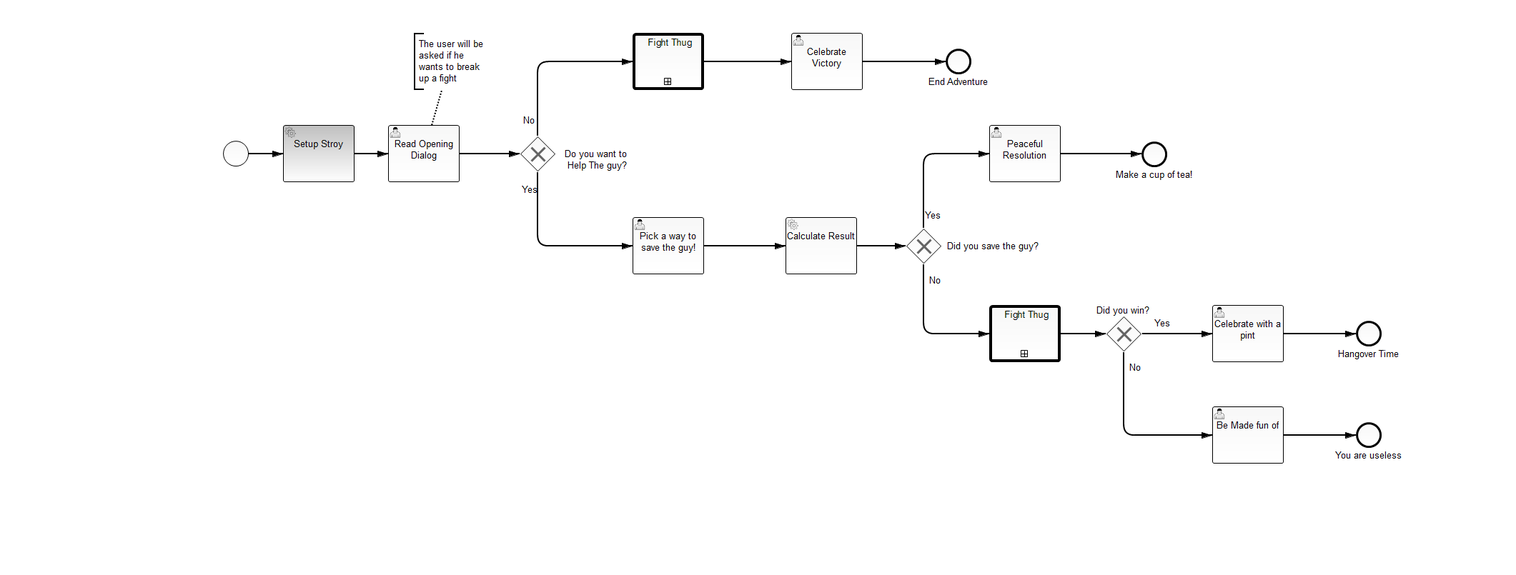
This is src/main/resources/story-adventure.png from NPDeehan/bpmn-quest, a BPMN export, as it was before one commit. Its source is kept beside it as src/main/resources/story-adventure.bpmn. Ids are renumbered.
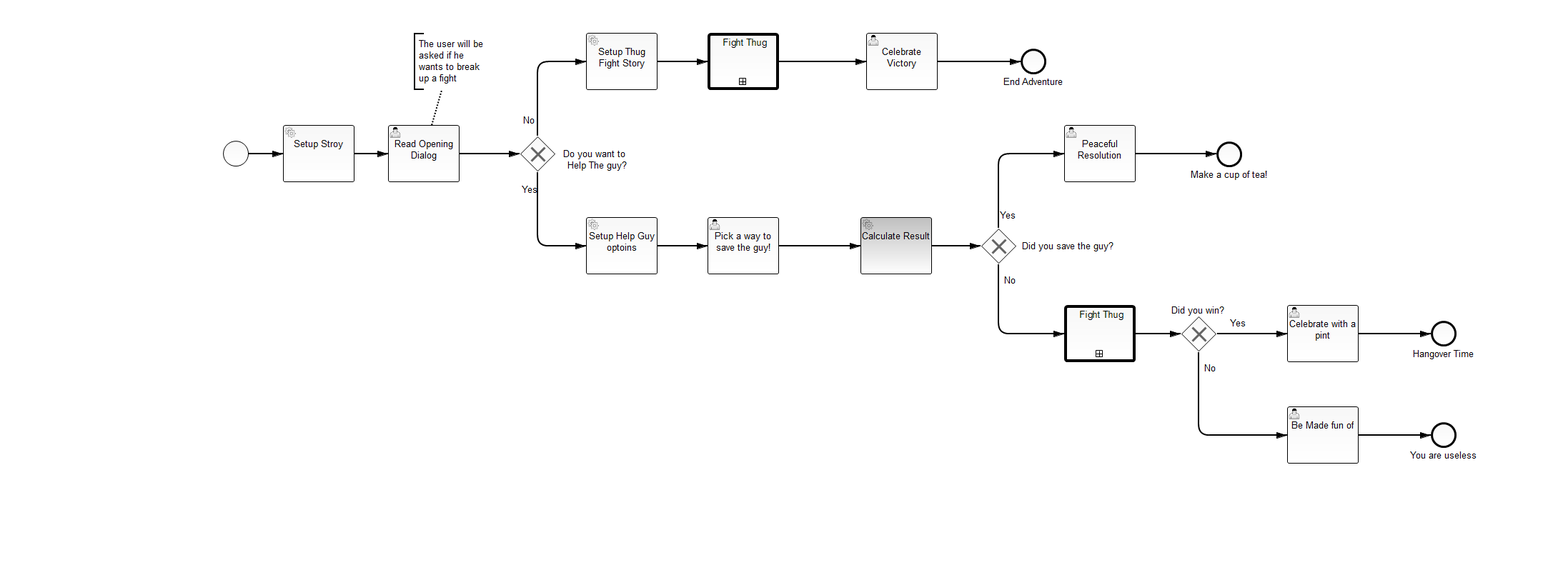
After the change.

Change to the diagram source:
```diff
@@ -7,20 +7,20 @@
       <bpmn2:incoming>SequenceFlow_2</bpmn2:incoming>
       <bpmn2:outgoing>SequenceFlow_n2</bpmn2:outgoing>
     </bpmn2:userTask>
-    <bpmn2:exclusiveGateway id="ExclusiveGateway_n3" name="Do you want to&#xD;&#xA; Help The guy?">
+    <bpmn2:exclusiveGateway id="ExclusiveGateway_n3" name="Do you want to &#xA; Help The guy?">
       <bpmn2:incoming>SequenceFlow_n2</bpmn2:incoming>
       <bpmn2:outgoing>SequenceFlow_n4</bpmn2:outgoing>
       <bpmn2:outgoing>SequenceFlow_n5</bpmn2:outgoing>
     </bpmn2:exclusiveGateway>
     <bpmn2:sequenceFlow id="SequenceFlow_n2" sourceRef="UserTask_n1" targetRef="ExclusiveGateway_n3"/>
-    <bpmn2:sequenceFlow id="SequenceFlow_n4" name="No" sourceRef="ExclusiveGateway_n3" targetRef="CallActivity_n6">
-      <bpmn2:conditionExpression xsi:type="bpmn2:tFormalExpression">#{characterChoice=='Keep Moving'}</bpmn2:conditionExpression>
+    <bpmn2:sequenceFlow id="SequenceFlow_n4" name="No" sourceRef="ExclusiveGateway_n3" targetRef="ServiceTask_n34">
+      <bpmn2:conditionExpression xsi:type="bpmn2:tFormalExpression">#{decision=='Keep Moving'}</bpmn2:conditionExpression>
     </bpmn2:sequenceFlow>
-    <bpmn2:sequenceFlow id="SequenceFlow_n5" name="Yes" sourceRef="ExclusiveGateway_n3" targetRef="UserTask_n7">
-      <bpmn2:conditionExpression xsi:type="bpmn2:tFormalExpression">#{characterChoice=='Help'}</bpmn2:conditionExpression>
+    <bpmn2:sequenceFlow id="SequenceFlow_n5" name="Yes" sourceRef="ExclusiveGateway_n3" targetRef="ServiceTask_n35">
+      <bpmn2:conditionExpression xsi:type="bpmn2:tFormalExpression">#{decision=='Help'}</bpmn2:conditionExpression>
     </bpmn2:sequenceFlow>
     <bpmn2:userTask id="UserTask_n7" name="Pick a way to save the guy!">
-      <bpmn2:incoming>SequenceFlow_n5</bpmn2:incoming>
+      <bpmn2:incoming>SequenceFlow_n36</bpmn2:incoming>
       <bpmn2:outgoing>SequenceFlow_n8</bpmn2:outgoing>
     </bpmn2:userTask>
     <bpmn2:sequenceFlow id="SequenceFlow_n8" sourceRef="UserTask_n7" targetRef="ServiceTask_n9"/>
@@ -49,7 +49,7 @@
       <bpmn2:outgoing>SequenceFlow_n17</bpmn2:outgoing>
     </bpmn2:callActivity>
     <bpmn2:callActivity id="CallActivity_n6" name="Fight Thug" calledElement="fight">
-      <bpmn2:incoming>SequenceFlow_n4</bpmn2:incoming>
+      <bpmn2:incoming>SequenceFlow_n37</bpmn2:incoming>
       <bpmn2:outgoing>SequenceFlow_n18</bpmn2:outgoing>
     </bpmn2:callActivity>
     <bpmn2:sequenceFlow id="SequenceFlow_n16" sourceRef="UserTask_n14" targetRef="EndEvent_n19"/>
@@ -102,6 +102,16 @@
       <bpmn2:outgoing>SequenceFlow_2</bpmn2:outgoing>
     </bpmn2:serviceTask>
     <bpmn2:sequenceFlow id="SequenceFlow_2" name="" sourceRef="ServiceTask_1" targetRef="UserTask_n1"/>
+    <bpmn2:sequenceFlow id="SequenceFlow_n37" sourceRef="ServiceTask_n34" targetRef="CallActivity_n6"/>
+    <bpmn2:sequenceFlow id="SequenceFlow_n36" sourceRef="ServiceTask_n35" targetRef="UserTask_n7"/>
+    <bpmn2:serviceTask id="ServiceTask_n34" name="Setup Thug Fight Story">
+      <bpmn2:incoming>SequenceFlow_n4</bpmn2:incoming>
+      <bpmn2:outgoing>SequenceFlow_n37</bpmn2:outgoing>
+    </bpmn2:serviceTask>
+    <bpmn2:serviceTask id="ServiceTask_n35" camunda:class="org.camunda.bpmn.quest.superStoryQuestOne.WaysOfSavingPM" name="Setup Help Guy optoins">
+      <bpmn2:incoming>SequenceFlow_n5</bpmn2:incoming>
+      <bpmn2:outgoing>SequenceFlow_n36</bpmn2:outgoing>
+    </bpmn2:serviceTask>
     <bpmn2:textAnnotation id="TextAnnotation_n32">
       <bpmn2:text>The user will be asked if he wants to break up a fight</bpmn2:text>
     </bpmn2:textAnnotation>
@@ -141,7 +151,7 @@
       <bpmndi:BPMNEdge id="SequenceFlow_n4_di" bpmnElement="SequenceFlow_n4">
         <di:waypoint xsi:type="dc:Point" x="752.0" y="190.0"/>
         <di:waypoint xsi:type="dc:Point" x="752.0" y="86.0"/>
-        <di:waypoint xsi:type="dc:Point" x="885.0" y="86.0"/>
+        <di:waypoint xsi:type="dc:Point" x="820.0" y="86.0"/>
         <bpmndi:BPMNLabel>
           <dc:Bounds height="20.0" width="90.0" x="696.0" y="158.0"/>
         </bpmndi:BPMNLabel>
@@ -149,112 +159,112 @@
       <bpmndi:BPMNEdge id="SequenceFlow_n5_di" bpmnElement="SequenceFlow_n5">
         <di:waypoint xsi:type="dc:Point" x="752.0" y="240.0"/>
         <di:waypoint xsi:type="dc:Point" x="752.0" y="344.0"/>
-        <di:waypoint xsi:type="dc:Point" x="885.0" y="344.0"/>
+        <di:waypoint xsi:type="dc:Point" x="820.0" y="344.0"/>
         <bpmndi:BPMNLabel>
           <dc:Bounds height="20.0" width="90.0" x="696.0" y="255.0"/>
         </bpmndi:BPMNLabel>
       </bpmndi:BPMNEdge>
       <bpmndi:BPMNShape id="UserTask_n7_di" bpmnElement="UserTask_n7">
-        <dc:Bounds height="80.0" width="100.0" x="885.0" y="304.167"/>
+        <dc:Bounds height="80.0" width="100.0" x="990.0" y="304.0"/>
       </bpmndi:BPMNShape>
       <bpmndi:BPMNEdge id="SequenceFlow_n8_di" bpmnElement="SequenceFlow_n8">
-        <di:waypoint xsi:type="dc:Point" x="985.0" y="344.0"/>
-        <di:waypoint xsi:type="dc:Point" x="1099.0" y="344.0"/>
+        <di:waypoint xsi:type="dc:Point" x="1090.0" y="344.0"/>
+        <di:waypoint xsi:type="dc:Point" x="1204.0" y="344.0"/>
         <bpmndi:BPMNLabel>
-          <dc:Bounds height="20.0" width="90.0" x="997.0" y="334.0"/>
+          <dc:Bounds height="20.0" width="90.0" x="1102.0" y="334.0"/>
         </bpmndi:BPMNLabel>
       </bpmndi:BPMNEdge>
       <bpmndi:BPMNShape id="ServiceTask_n9_di" bpmnElement="ServiceTask_n9">
-        <dc:Bounds height="80.0" width="100.0" x="1099.329" y="304.0"/>
+        <dc:Bounds height="80.0" width="100.0" x="1204.0" y="304.0"/>
       </bpmndi:BPMNShape>
       <bpmndi:BPMNShape id="ExclusiveGateway_n11_di" bpmnElement="ExclusiveGateway_n11" isMarkerVisible="true">
-        <dc:Bounds height="50.0" width="50.0" x="1267.329" y="319.0"/>
+        <dc:Bounds height="50.0" width="50.0" x="1372.0" y="319.0"/>
         <bpmndi:BPMNLabel>
-          <dc:Bounds height="20.0" width="90.0" x="1345.329" y="334.0"/>
+          <dc:Bounds height="20.0" width="90.0" x="1450.0" y="334.0"/>
         </bpmndi:BPMNLabel>
       </bpmndi:BPMNShape>
       <bpmndi:BPMNEdge id="SequenceFlow_n10_di" bpmnElement="SequenceFlow_n10">
-        <di:waypoint xsi:type="dc:Point" x="1199.0" y="344.0"/>
-        <di:waypoint xsi:type="dc:Point" x="1267.0" y="344.0"/>
+        <di:waypoint xsi:type="dc:Point" x="1304.0" y="344.0"/>
+        <di:waypoint xsi:type="dc:Point" x="1372.0" y="344.0"/>
         <bpmndi:BPMNLabel>
-          <dc:Bounds height="20.0" width="90.0" x="1188.0" y="334.0"/>
+          <dc:Bounds height="20.0" width="90.0" x="1293.0" y="334.0"/>
         </bpmndi:BPMNLabel>
       </bpmndi:BPMNEdge>
       <bpmndi:BPMNEdge id="SequenceFlow_n12_di" bpmnElement="SequenceFlow_n12">
-        <di:waypoint xsi:type="dc:Point" x="1292.0" y="319.0"/>
-        <di:waypoint xsi:type="dc:Point" x="1292.0" y="215.0"/>
-        <di:waypoint xsi:type="dc:Point" x="1384.0" y="215.0"/>
+        <di:waypoint xsi:type="dc:Point" x="1397.0" y="319.0"/>
+        <di:waypoint xsi:type="dc:Point" x="1397.0" y="215.0"/>
+        <di:waypoint xsi:type="dc:Point" x="1489.0" y="215.0"/>
         <bpmndi:BPMNLabel>
-          <dc:Bounds height="20.0" width="90.0" x="1260.0" y="291.0"/>
+          <dc:Bounds height="20.0" width="90.0" x="1365.0" y="291.0"/>
         </bpmndi:BPMNLabel>
       </bpmndi:BPMNEdge>
       <bpmndi:BPMNEdge id="SequenceFlow_n13_di" bpmnElement="SequenceFlow_n13">
-        <di:waypoint xsi:type="dc:Point" x="1292.0" y="369.0"/>
-        <di:waypoint xsi:type="dc:Point" x="1292.0" y="467.0"/>
-        <di:waypoint xsi:type="dc:Point" x="1384.0" y="467.0"/>
+        <di:waypoint xsi:type="dc:Point" x="1397.0" y="369.0"/>
+        <di:waypoint xsi:type="dc:Point" x="1397.0" y="467.0"/>
+        <di:waypoint xsi:type="dc:Point" x="1489.0" y="467.0"/>
         <bpmndi:BPMNLabel>
-          <dc:Bounds height="20.0" width="90.0" x="1264.0" y="382.0"/>
+          <dc:Bounds height="20.0" width="90.0" x="1369.0" y="382.0"/>
         </bpmndi:BPMNLabel>
       </bpmndi:BPMNEdge>
       <bpmndi:BPMNShape id="UserTask_n14_di" bpmnElement="UserTask_n14">
-        <dc:Bounds height="80.0" width="100.0" x="1384.329" y="175.0"/>
+        <dc:Bounds height="80.0" width="100.0" x="1489.0" y="175.0"/>
       </bpmndi:BPMNShape>
       <bpmndi:BPMNShape id="CallActivity_n15_di" bpmnElement="CallActivity_n15">
-        <dc:Bounds height="80.0" width="100.0" x="1384.0" y="427.167"/>
+        <dc:Bounds height="80.0" width="100.0" x="1489.0" y="427.0"/>
       </bpmndi:BPMNShape>
       <bpmndi:BPMNShape id="CallActivity_n6_di" bpmnElement="CallActivity_n6">
-        <dc:Bounds height="80.0" width="100.0" x="885.329" y="46.0"/>
+        <dc:Bounds height="80.0" width="100.0" x="990.0" y="46.0"/>
       </bpmndi:BPMNShape>
       <bpmndi:BPMNShape id="EndEvent_n19_di" bpmnElement="EndEvent_n19">
-        <dc:Bounds height="36.0" width="36.0" x="1597.0" y="198.0"/>
+        <dc:Bounds height="36.0" width="36.0" x="1702.0" y="198.0"/>
         <bpmndi:BPMNLabel>
-          <dc:Bounds height="22.0" width="113.0" x="1559.0" y="234.0"/>
+          <dc:Bounds height="22.0" width="113.0" x="1664.0" y="234.0"/>
         </bpmndi:BPMNLabel>
       </bpmndi:BPMNShape>
       <bpmndi:BPMNEdge id="SequenceFlow_n16_di" bpmnElement="SequenceFlow_n16">
-        <di:waypoint xsi:type="dc:Point" x="1484.0" y="215.0"/>
-        <di:waypoint xsi:type="dc:Point" x="1597.0" y="216.0"/>
+        <di:waypoint xsi:type="dc:Point" x="1589.0" y="215.0"/>
+        <di:waypoint xsi:type="dc:Point" x="1702.0" y="216.0"/>
         <bpmndi:BPMNLabel>
-          <dc:Bounds height="0.0" width="0.0" x="1536.0" y="205.0"/>
+          <dc:Bounds height="0.0" width="90.0" x="1596.0" y="205.0"/>
         </bpmndi:BPMNLabel>
       </bpmndi:BPMNEdge>
       <bpmndi:BPMNShape id="UserTask_n20_di" bpmnElement="UserTask_n20">
-        <dc:Bounds height="80.0" width="100.0" x="1696.0" y="427.0"/>
+        <dc:Bounds height="80.0" width="100.0" x="1801.0" y="427.0"/>
       </bpmndi:BPMNShape>
       <bpmndi:BPMNShape id="EndEvent_n23_di" bpmnElement="EndEvent_n23">
-        <dc:Bounds height="36.0" width="36.0" x="1897.0" y="449.0"/>
+        <dc:Bounds height="36.0" width="36.0" x="2002.0" y="449.0"/>
         <bpmndi:BPMNLabel>
-          <dc:Bounds height="20.0" width="90.0" x="1870.0" y="485.0"/>
+          <dc:Bounds height="20.0" width="90.0" x="1975.0" y="485.0"/>
         </bpmndi:BPMNLabel>
       </bpmndi:BPMNShape>
       <bpmndi:BPMNEdge id="SequenceFlow_n22_di" bpmnElement="SequenceFlow_n22">
-        <di:waypoint xsi:type="dc:Point" x="1796.0" y="467.0"/>
-        <di:waypoint xsi:type="dc:Point" x="1897.0" y="467.0"/>
+        <di:waypoint xsi:type="dc:Point" x="1901.0" y="467.0"/>
+        <di:waypoint xsi:type="dc:Point" x="2002.0" y="467.0"/>
         <bpmndi:BPMNLabel>
-          <dc:Bounds height="20.0" width="90.0" x="1813.0" y="457.0"/>
+          <dc:Bounds height="20.0" width="90.0" x="1918.0" y="457.0"/>
         </bpmndi:BPMNLabel>
       </bpmndi:BPMNEdge>
       <bpmndi:BPMNEdge id="SequenceFlow_n18_di" bpmnElement="SequenceFlow_n18">
-        <di:waypoint xsi:type="dc:Point" x="985.0" y="86.0"/>
-        <di:waypoint xsi:type="dc:Point" x="1107.0" y="86.0"/>
+        <di:waypoint xsi:type="dc:Point" x="1090.0" y="86.0"/>
+        <di:waypoint xsi:type="dc:Point" x="1212.0" y="86.0"/>
         <bpmndi:BPMNLabel>
-          <dc:Bounds height="20.0" width="90.0" x="976.5" y="76.0"/>
+          <dc:Bounds height="20.0" width="90.0" x="1082.0" y="76.0"/>
         </bpmndi:BPMNLabel>
       </bpmndi:BPMNEdge>
       <bpmndi:BPMNShape id="UserTask_n24_di" bpmnElement="UserTask_n24">
-        <dc:Bounds height="80.0" width="100.0" x="1107.329" y="46.0"/>
+        <dc:Bounds height="80.0" width="100.0" x="1212.0" y="46.0"/>
       </bpmndi:BPMNShape>
       <bpmndi:BPMNShape id="EndEvent_n26_di" bpmnElement="EndEvent_n26">
-        <dc:Bounds height="36.0" width="36.0" x="1323.0" y="68.0"/>
+        <dc:Bounds height="36.0" width="36.0" x="1428.0" y="68.0"/>
         <bpmndi:BPMNLabel>
-          <dc:Bounds height="22.0" width="90.0" x="1296.0" y="104.0"/>
+          <dc:Bounds height="22.0" width="90.0" x="1401.0" y="104.0"/>
         </bpmndi:BPMNLabel>
       </bpmndi:BPMNShape>
       <bpmndi:BPMNEdge id="SequenceFlow_n25_di" bpmnElement="SequenceFlow_n25">
-        <di:waypoint xsi:type="dc:Point" x="1207.0" y="86.0"/>
-        <di:waypoint xsi:type="dc:Point" x="1323.0" y="86.0"/>
+        <di:waypoint xsi:type="dc:Point" x="1312.0" y="86.0"/>
+        <di:waypoint xsi:type="dc:Point" x="1428.0" y="86.0"/>
         <bpmndi:BPMNLabel>
-          <dc:Bounds height="0.0" width="0.0" x="1265.0" y="86.0"/>
+          <dc:Bounds height="0.0" width="90.0" x="1325.0" y="86.0"/>
         </bpmndi:BPMNLabel>
       </bpmndi:BPMNEdge>
       <bpmndi:BPMNEdge id="BPMNEdge_SequenceFlow_1" bpmnElement="SequenceFlow_1" sourceElement="_BPMNShape_StartEvent_5" targetElement="_BPMNShape_ServiceTask_26">
@@ -265,48 +275,48 @@
         </bpmndi:BPMNLabel>
       </bpmndi:BPMNEdge>
       <bpmndi:BPMNShape id="ExclusiveGateway_n27_di" bpmnElement="ExclusiveGateway_n27" isMarkerVisible="true">
-        <dc:Bounds height="50.0" width="50.0" x="1547.0" y="442.0"/>
+        <dc:Bounds height="50.0" width="50.0" x="1652.0" y="442.0"/>
         <bpmndi:BPMNLabel>
-          <dc:Bounds height="20.0" width="90.0" x="1527.0" y="424.0"/>
+          <dc:Bounds height="20.0" width="90.0" x="1632.0" y="424.0"/>
         </bpmndi:BPMNLabel>
       </bpmndi:BPMNShape>
       <bpmndi:BPMNEdge id="SequenceFlow_n17_di" bpmnElement="SequenceFlow_n17">
-        <di:waypoint xsi:type="dc:Point" x="1484.0" y="467.0"/>
-        <di:waypoint xsi:type="dc:Point" x="1547.0" y="467.0"/>
+        <di:waypoint xsi:type="dc:Point" x="1589.0" y="467.0"/>
+        <di:waypoint xsi:type="dc:Point" x="1652.0" y="467.0"/>
         <bpmndi:BPMNLabel>
-          <dc:Bounds height="20.0" width="90.0" x="1470.5" y="457.0"/>
+          <dc:Bounds height="20.0" width="90.0" x="1576.0" y="457.0"/>
         </bpmndi:BPMNLabel>
       </bpmndi:BPMNEdge>
       <bpmndi:BPMNEdge id="SequenceFlow_n21_di" bpmnElement="SequenceFlow_n21">
-        <di:waypoint xsi:type="dc:Point" x="1597.0" y="467.0"/>
-        <di:waypoint xsi:type="dc:Point" x="1696.0" y="467.0"/>
+        <di:waypoint xsi:type="dc:Point" x="1702.0" y="467.0"/>
+        <di:waypoint xsi:type="dc:Point" x="1801.0" y="467.0"/>
         <bpmndi:BPMNLabel>
-          <dc:Bounds height="20.0" width="90.0" x="1581.5" y="442.0"/>
+          <dc:Bounds height="20.0" width="90.0" x="1687.0" y="442.0"/>
         </bpmndi:BPMNLabel>
       </bpmndi:BPMNEdge>
       <bpmndi:BPMNEdge id="SequenceFlow_n28_di" bpmnElement="SequenceFlow_n28">
-        <di:waypoint xsi:type="dc:Point" x="1572.0" y="492.0"/>
-        <di:waypoint xsi:type="dc:Point" x="1572.0" y="609.0"/>
-        <di:waypoint xsi:type="dc:Point" x="1696.0" y="609.0"/>
+        <di:waypoint xsi:type="dc:Point" x="1677.0" y="492.0"/>
+        <di:waypoint xsi:type="dc:Point" x="1677.0" y="609.0"/>
+        <di:waypoint xsi:type="dc:Point" x="1801.0" y="609.0"/>
         <bpmndi:BPMNLabel>
-          <dc:Bounds height="20.0" width="90.0" x="1544.0" y="504.5"/>
+          <dc:Bounds height="20.0" width="90.0" x="1649.0" y="505.0"/>
         </bpmndi:BPMNLabel>
       </bpmndi:BPMNEdge>
       <bpmndi:BPMNShape id="EndEvent_n30_di" bpmnElement="EndEvent_n30">
-        <dc:Bounds height="36.0" width="36.0" x="1897.0" y="591.0"/>
+        <dc:Bounds height="36.0" width="36.0" x="2002.0" y="591.0"/>
         <bpmndi:BPMNLabel>
-          <dc:Bounds height="20.0" width="90.0" x="1870.0" y="627.0"/>
+          <dc:Bounds height="20.0" width="90.0" x="1975.0" y="627.0"/>
         </bpmndi:BPMNLabel>
       </bpmndi:BPMNShape>
       <bpmndi:BPMNEdge id="SequenceFlow_n31_di" bpmnElement="SequenceFlow_n31">
-        <di:waypoint xsi:type="dc:Point" x="1796.0" y="609.0"/>
-        <di:waypoint xsi:type="dc:Point" x="1897.0" y="609.0"/>
+        <di:waypoint xsi:type="dc:Point" x="1901.0" y="609.0"/>
+        <di:waypoint xsi:type="dc:Point" x="2002.0" y="609.0"/>
         <bpmndi:BPMNLabel>
-          <dc:Bounds height="20.0" width="90.0" x="1801.5" y="599.0"/>
+          <dc:Bounds height="20.0" width="90.0" x="1907.0" y="599.0"/>
         </bpmndi:BPMNLabel>
       </bpmndi:BPMNEdge>
       <bpmndi:BPMNShape id="UserTask_n29_di" bpmnElement="UserTask_n29">
-        <dc:Bounds height="80.0" width="100.0" x="1696.0" y="569.0"/>
+        <dc:Bounds height="80.0" width="100.0" x="1801.0" y="569.0"/>
       </bpmndi:BPMNShape>
       <bpmndi:BPMNShape id="_BPMNShape_ServiceTask_26" bpmnElement="ServiceTask_1">
         <dc:Bounds height="80.0" width="100.0" x="396.0" y="175.0"/>
@@ -318,6 +328,26 @@
           <dc:Bounds height="6.0" width="6.0" x="533.0" y="215.0"/>
         </bpmndi:BPMNLabel>
       </bpmndi:BPMNEdge>
+      <bpmndi:BPMNEdge id="SequenceFlow_n37_di" bpmnElement="SequenceFlow_n37">
+        <di:waypoint xsi:type="dc:Point" x="920.0" y="86.0"/>
+        <di:waypoint xsi:type="dc:Point" x="990.0" y="86.0"/>
+        <bpmndi:BPMNLabel>
+          <dc:Bounds height="20.0" width="90.0" x="910.0" y="76.0"/>
+        </bpmndi:BPMNLabel>
+      </bpmndi:BPMNEdge>
+      <bpmndi:BPMNEdge id="SequenceFlow_n36_di" bpmnElement="SequenceFlow_n36">
+        <di:waypoint xsi:type="dc:Point" x="920.0" y="344.0"/>
+        <di:waypoint xsi:type="dc:Point" x="990.0" y="344.0"/>
+        <bpmndi:BPMNLabel>
+          <dc:Bounds height="20.0" width="90.0" x="910.0" y="334.0"/>
+        </bpmndi:BPMNLabel>
+      </bpmndi:BPMNEdge>
+      <bpmndi:BPMNShape id="ServiceTask_n34_di" bpmnElement="ServiceTask_n34">
+        <dc:Bounds height="80.0" width="100.0" x="820.0" y="46.0"/>
+      </bpmndi:BPMNShape>
+      <bpmndi:BPMNShape id="ServiceTask_n35_di" bpmnElement="ServiceTask_n35">
+        <dc:Bounds height="80.0" width="100.0" x="820.0" y="304.0"/>
+      </bpmndi:BPMNShape>
     </bpmndi:BPMNPlane>
   </bpmndi:BPMNDiagram>
 </bpmn2:definitions>
```
